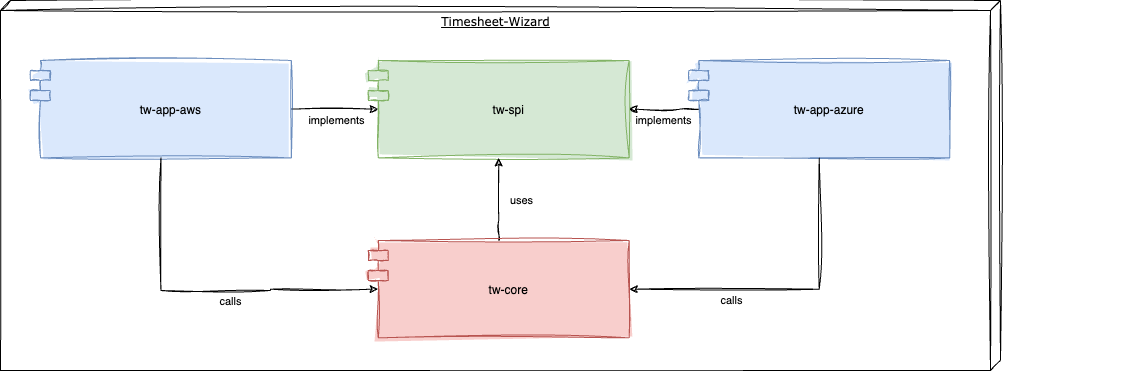
Before: docs/assets/static-level-1.drawio.png, a diagram exported from draw.io (tinohertlein/timesheet-wizard). Source tidied: cells renumbered, new cells last; positions are measured from the earlier drawing's top-left corner, leaving out a move shared by most shapes.
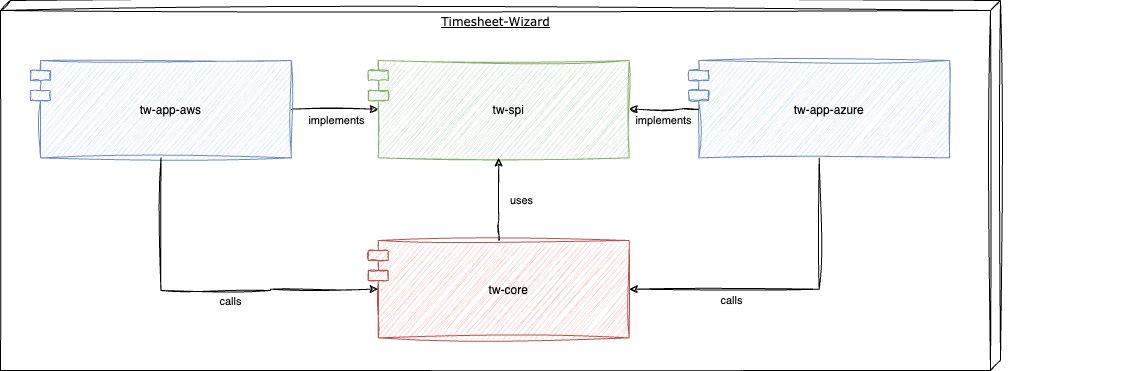
The same file after the commit.

Change to the diagram source:
```diff
@@ -16,10 +16,10 @@
         <mxPoint x="13" y="11" as="offset" />
       </mxGeometry>
     </mxCell>
-    <mxCell id="6" value="tw-app-aws" style="shape=module;align=left;spacingLeft=20;align=center;verticalAlign=middle;sketch=1;curveFitting=1;jiggle=2;fillColor=#dae8fc;strokeColor=#6c8ebf;fillStyle=solid;" parent="2" vertex="1">
+    <mxCell id="6" value="tw-app-aws" style="shape=module;align=left;spacingLeft=20;align=center;verticalAlign=middle;sketch=1;curveFitting=1;jiggle=2;fillColor=#dae8fc;strokeColor=#6c8ebf;fillStyle=auto;" parent="2" vertex="1">
       <mxGeometry y="60" width="260.9" height="97.4" as="geometry" />
     </mxCell>
-    <mxCell id="7" value="tw-spi" style="shape=module;align=left;spacingLeft=20;align=center;verticalAlign=middle;sketch=1;curveFitting=1;jiggle=2;fillColor=#d5e8d4;strokeColor=#82b366;fillStyle=solid;" parent="2" vertex="1">
+    <mxCell id="7" value="tw-spi" style="shape=module;align=left;spacingLeft=20;align=center;verticalAlign=middle;sketch=1;curveFitting=1;jiggle=2;fillColor=#d5e8d4;strokeColor=#82b366;fillStyle=auto;" parent="2" vertex="1">
       <mxGeometry x="337.8" y="60" width="260.9" height="97.4" as="geometry" />
     </mxCell>
     <mxCell id="8" style="edgeStyle=orthogonalEdgeStyle;rounded=0;jettySize=auto;html=1;exitX=0.5;exitY=0;exitDx=0;exitDy=0;entryX=0.5;entryY=1;entryDx=0;entryDy=0;sketch=1;curveFitting=1;jiggle=2;" parent="2" edge="1" source="10" target="7">
@@ -35,10 +35,10 @@
         <mxPoint x="20" y="12" as="offset" />
       </mxGeometry>
     </mxCell>
-    <mxCell id="10" value="tw-core" style="shape=module;align=left;spacingLeft=20;align=center;verticalAlign=middle;sketch=1;curveFitting=1;jiggle=2;fillColor=#f8cecc;strokeColor=#b85450;fillStyle=solid;" parent="2" vertex="1">
+    <mxCell id="10" value="tw-core" style="shape=module;align=left;spacingLeft=20;align=center;verticalAlign=middle;sketch=1;curveFitting=1;jiggle=2;fillColor=#f8cecc;strokeColor=#b85450;fillStyle=auto;" parent="2" vertex="1">
       <mxGeometry x="337.8" y="240" width="260.9" height="97.4" as="geometry" />
     </mxCell>
-    <mxCell id="11" value="tw-app-azure" style="shape=module;align=left;spacingLeft=20;align=center;verticalAlign=middle;sketch=1;curveFitting=1;jiggle=2;fillColor=#dae8fc;strokeColor=#6c8ebf;fillStyle=solid;" parent="2" vertex="1">
+    <mxCell id="11" value="tw-app-azure" style="shape=module;align=left;spacingLeft=20;align=center;verticalAlign=middle;sketch=1;curveFitting=1;jiggle=2;fillColor=#dae8fc;strokeColor=#6c8ebf;fillStyle=auto;" parent="2" vertex="1">
       <mxGeometry x="658.3" y="60" width="260.9" height="97.4" as="geometry" />
     </mxCell>
     <mxCell id="12" style="edgeStyle=orthogonalEdgeStyle;rounded=0;jettySize=auto;html=1;entryX=1;entryY=0.5;entryDx=0;entryDy=0;sketch=1;curveFitting=1;jiggle=2;exitX=0;exitY=0.5;exitDx=10;exitDy=0;exitPerimeter=0;" parent="2" edge="1" source="11" target="7">
```
